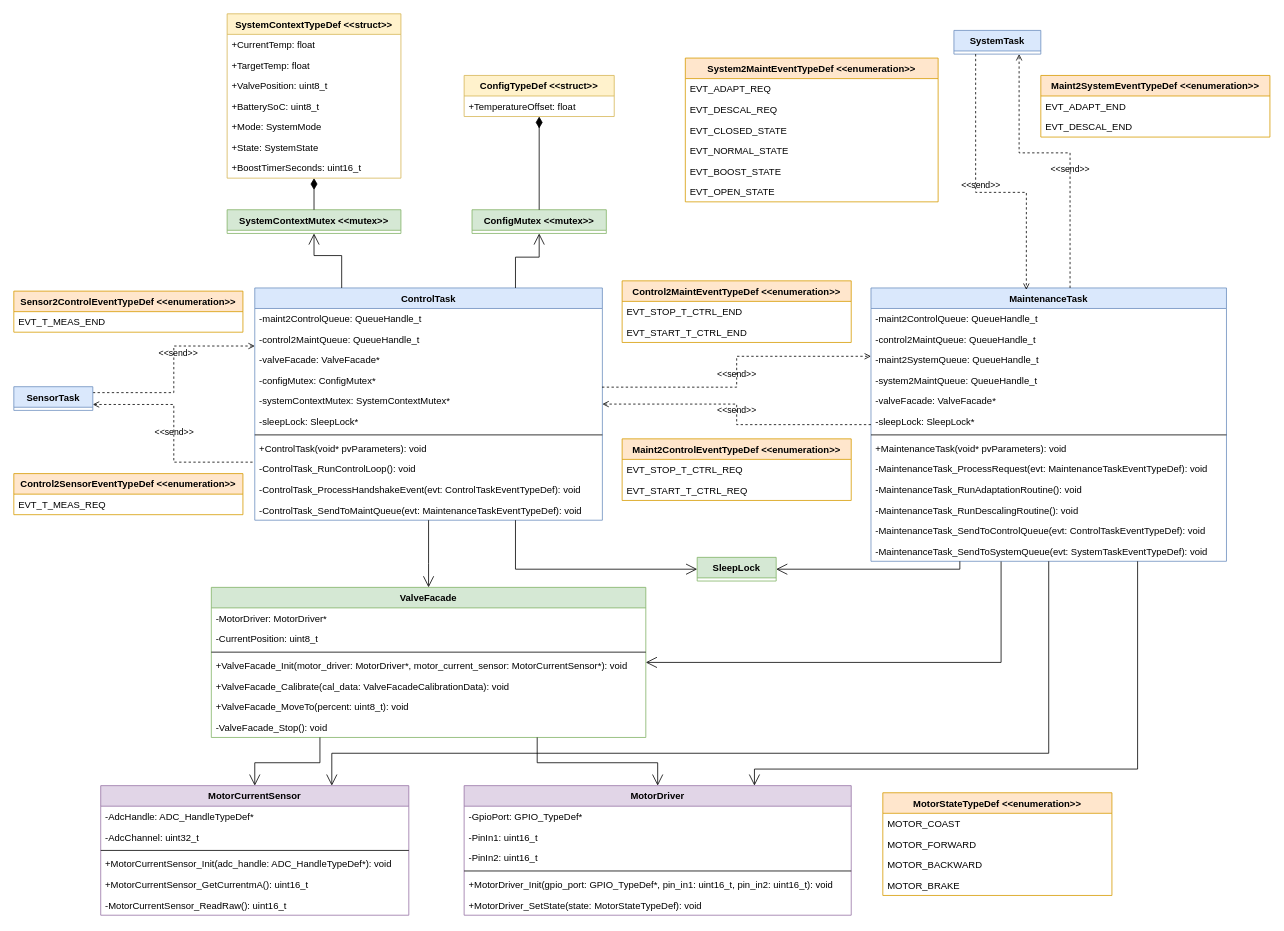
Earlier version of the draw.io diagram page "actuation" (4 of 6) of software/diagrams/mt-rt-sw-design.drawio (MiraTherm/miratherm-radiator-thermostat-documentation). Source tidied: cells renumbered, new cells numbered last; positions are measured from the earlier drawing's top-left corner, leaving out a move shared by most shapes. Both pictures are drawn from the tidied source at 79%, with x=0, y=0 at pixel (13, 13).
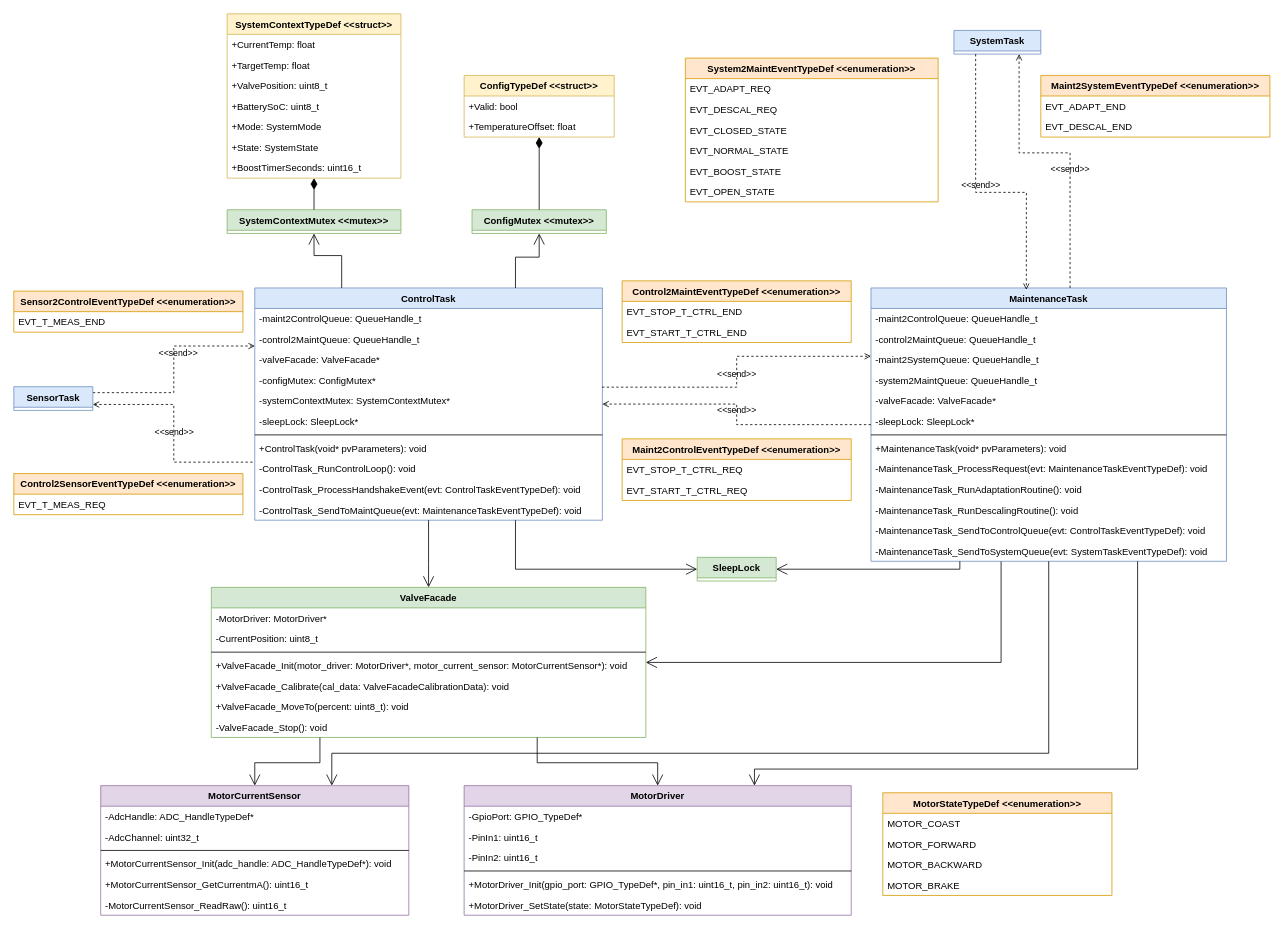
After the change.

Commit message (it also covers changes not shown here):
:memo: Add "Valid" field to Config

Unchanged cells that the change refers to:
```xml
<mxCell id="78" value="ConfigMutex &lt;&lt;mutex&gt;&gt;" style="swimlane;fontStyle=1;horizontal=1;startSize=26;fillColor=#d5e8d4;strokeColor=#82b366;" parent="1" vertex="1" collapsed="1">
  <mxGeometry x="580" y="248" width="170" height="30" as="geometry" />
</mxCell>
```

Change to the diagram source:
```diff
@@
     <mxCell id="75" value="ConfigTypeDef &lt;&lt;struct&gt;&gt;" style="swimlane;fontStyle=1;horizontal=1;startSize=26;fillColor=#fff2cc;strokeColor=#d6b656;" parent="1" vertex="1">
-      <mxGeometry x="570" y="78" width="190" height="52" as="geometry" />
+      <mxGeometry x="570" y="78" width="190" height="78" as="geometry" />
     </mxCell>
+    <mxCell id="114" value="+Valid: bool" style="text;strokeColor=none;fillColor=none;align=left;verticalAlign=top;spacingLeft=4;spacingRight=4;overflow=hidden;" parent="75" vertex="1">
+      <mxGeometry y="26" width="190" height="26" as="geometry" />
+    </mxCell>
     <mxCell id="76" value="+TemperatureOffset: float" style="text;strokeColor=none;fillColor=none;align=left;verticalAlign=top;spacingLeft=4;spacingRight=4;overflow=hidden;" parent="75" vertex="1">
-      <mxGeometry y="26" width="190" height="26" as="geometry" />
+      <mxGeometry y="52" width="190" height="26" as="geometry" />
     </mxCell>
@@
     <mxCell id="84" style="endArrow=diamondThin;endFill=1;endSize=12;html=1;rounded=0;edgeStyle=orthogonalEdgeStyle;exitX=0.5;exitY=0;exitDx=0;exitDy=0;entryX=0.5;entryY=1;entryDx=0;entryDy=0;" parent="1" edge="1" source="78" target="75">
       <mxGeometry relative="1" as="geometry">
         <Array as="points">
-          <mxPoint x="665" y="138" />
-          <mxPoint x="665" y="138" />
+          <mxPoint x="665" y="186" />
+          <mxPoint x="665" y="186" />
         </Array>
       </mxGeometry>
     </mxCell>
```
